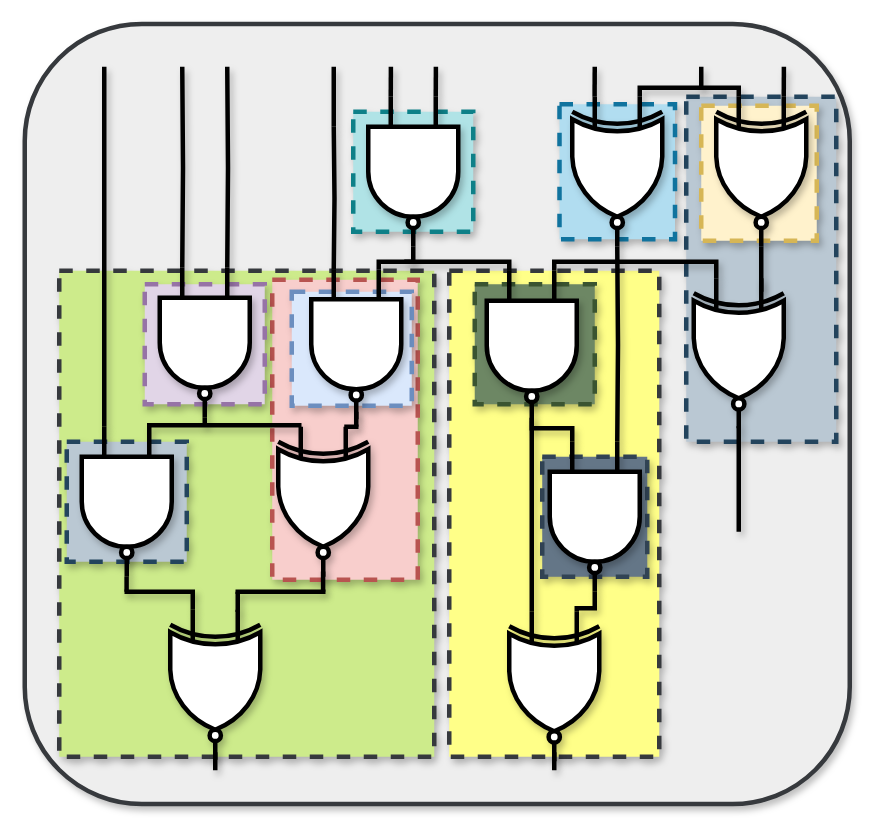
This is mffc.drawio from kxzhu0505/LogicSynOpt, a draw.io file, before an edit. Source tidied: cells renumbered, new cells numbered last; positions are measured from the earlier drawing's top-left corner, leaving out a move shared by most shapes. Both pictures are drawn from the tidied source at 150%, with x=0, y=0 at pixel (24, 24).
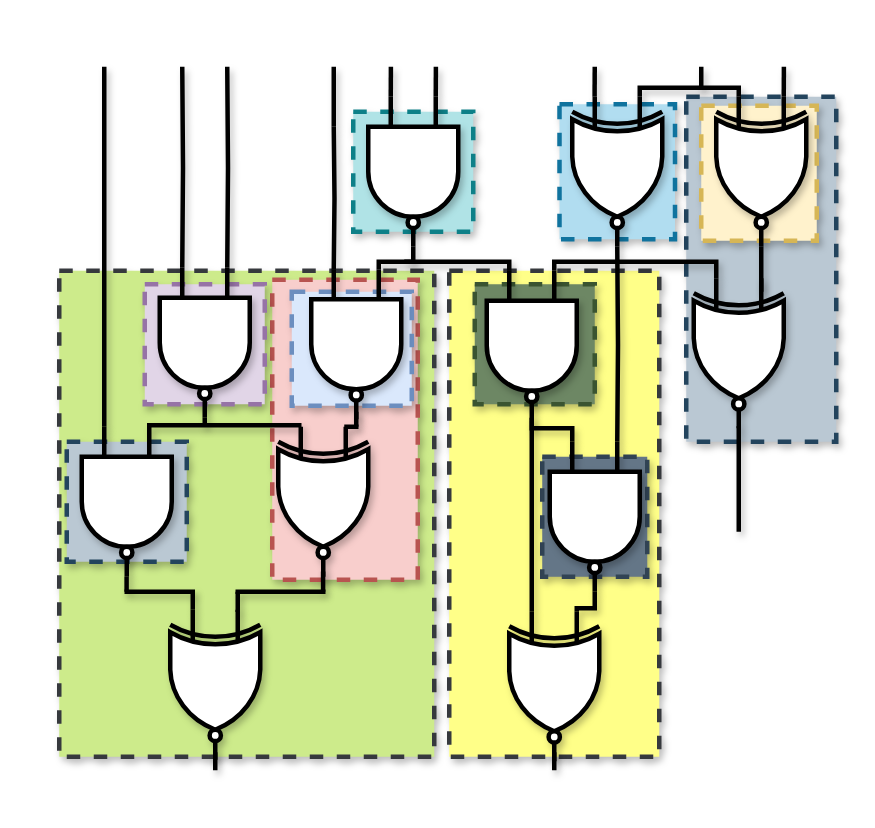
The same page after the edit.

Change to the diagram source:
```diff
@@
-    <mxCell id="2" style="rounded=1;whiteSpace=wrap;html=1;shadow=1;strokeWidth=3;fillColor=#eeeeee;strokeColor=#36393d;" parent="1" vertex="1">
-      <mxGeometry y="-0.5" width="550" height="520" as="geometry" />
-    </mxCell>
```
